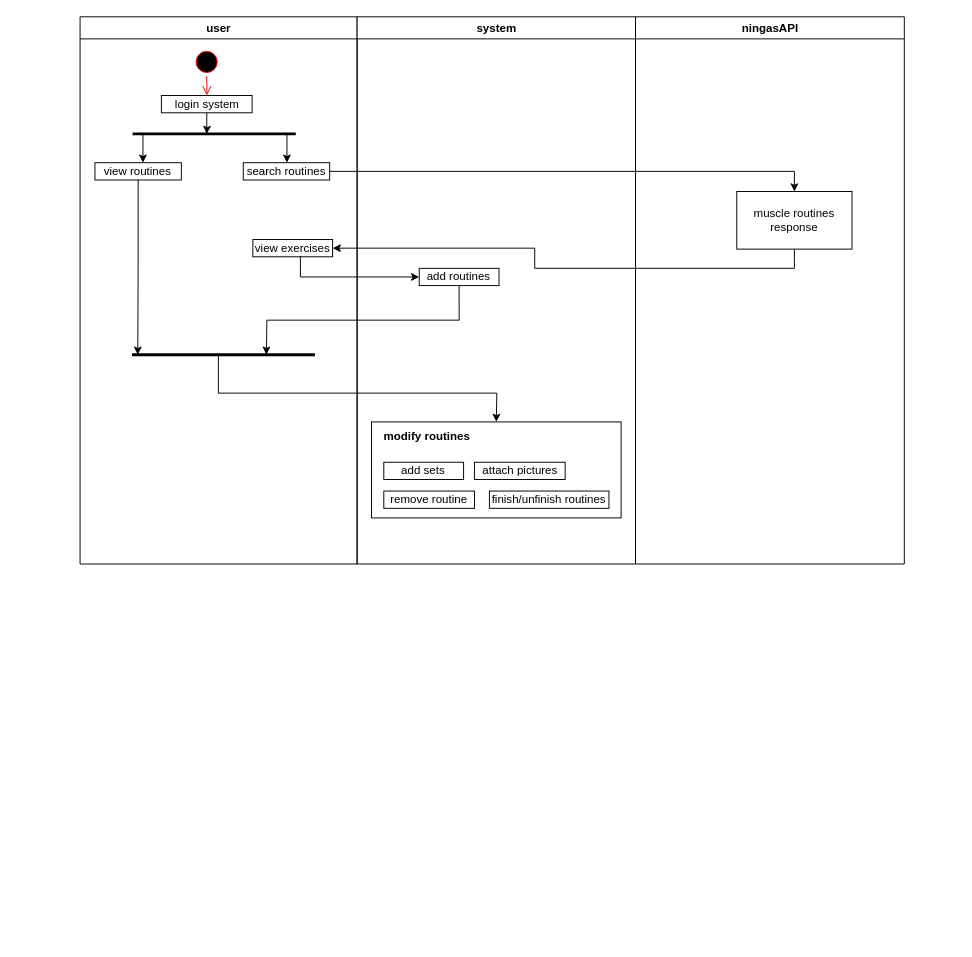
Earlier version of the draw.io diagram public/docs/activity diagram.drawio (Ebrahim-Ramadan/myfitrainer-app). Source tidied: cells renumbered, new cells numbered last; positions are measured from the earlier drawing's top-left corner, leaving out a move shared by most shapes. Both pictures are drawn from the tidied source at 96%, with x=0, y=0 at pixel (80, 16).
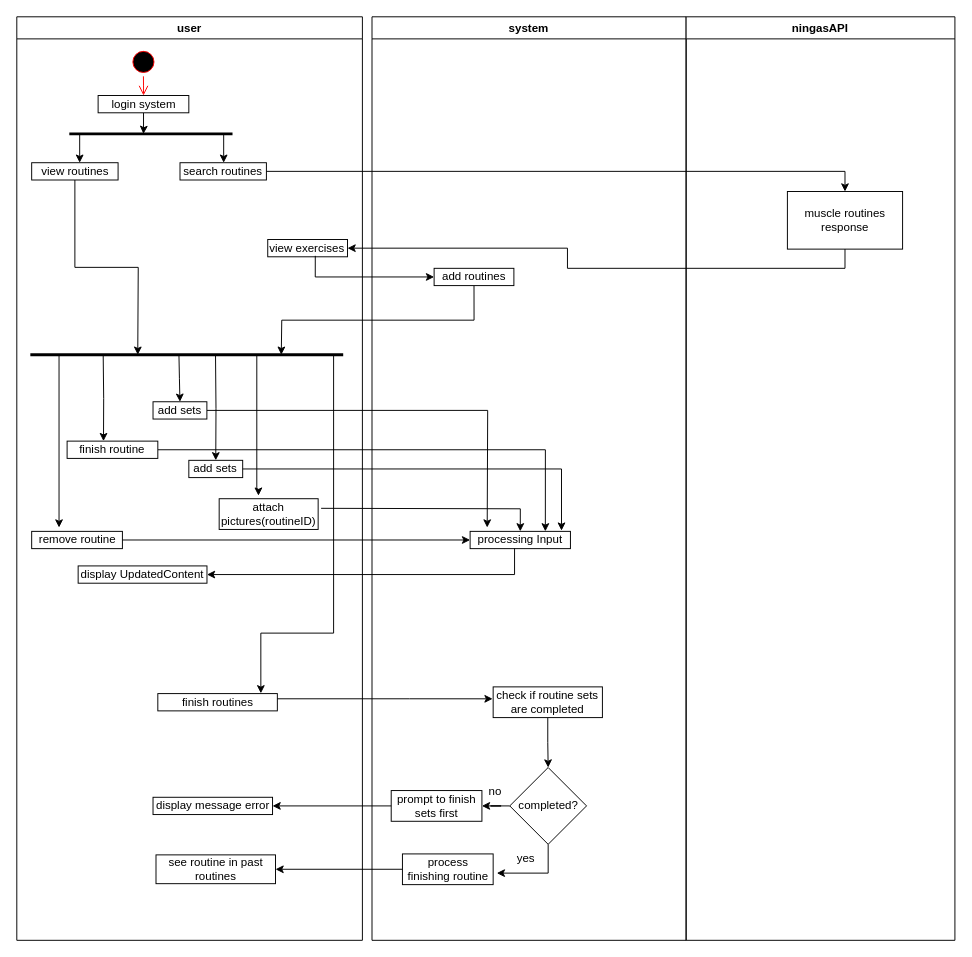
The same diagram, later.

Change to the diagram source:
```diff
@@
     <mxCell id="2" value="user" style="swimlane;whiteSpace=wrap;" parent="1" vertex="1">
-      <mxGeometry x="-0.1" width="288.6" height="570" as="geometry" />
+      <mxGeometry x="-66" width="360" height="962" as="geometry" />
     </mxCell>
@@
     <mxCell id="12" style="endArrow=none;html=1;rounded=0;strokeWidth=3;" parent="2" edge="1">
       <mxGeometry relative="1" as="geometry">
-        <mxPoint x="54.1" y="352" as="sourcePoint" />
-        <mxPoint x="244.7" y="352" as="targetPoint" />
+        <mxPoint x="14.1" y="352" as="sourcePoint" />
+        <mxPoint x="340" y="352" as="targetPoint" />
       </mxGeometry>
     </mxCell>
+    <mxCell id="20" value="add sets" style="rounded=0;whiteSpace=wrap;html=1;" parent="2" vertex="1">
+      <mxGeometry x="179.2" y="462" width="56.1" height="18" as="geometry" />
+    </mxCell>
+    <mxCell id="21" value="attach pictures(routineID)" style="rounded=0;whiteSpace=wrap;html=1;" parent="2" vertex="1">
+      <mxGeometry x="210.8" y="502" width="103.1" height="32" as="geometry" />
+    </mxCell>
+    <mxCell id="22" value="finish routines" style="rounded=0;whiteSpace=wrap;html=1;" parent="2" vertex="1">
+      <mxGeometry x="146.9" y="705" width="124.5" height="18" as="geometry" />
+    </mxCell>
+    <mxCell id="31" value="display UpdatedContent" style="rounded=0;whiteSpace=wrap;html=1;" parent="2" vertex="1">
+      <mxGeometry x="63.9" y="572" width="134.2" height="18" as="geometry" />
+    </mxCell>
+    <mxCell id="32" style="edgeStyle=orthogonalEdgeStyle;rounded=0;jettySize=auto;html=1;entryX=0.397;entryY=-0.099;entryDx=0;entryDy=0;entryPerimeter=0;" parent="2" edge="1" target="21">
+      <mxGeometry relative="1" as="geometry">
+        <mxPoint x="250" y="352" as="sourcePoint" />
+        <Array as="points">
+          <mxPoint x="250" y="492" />
+          <mxPoint x="252" y="492" />
+        </Array>
+      </mxGeometry>
+    </mxCell>
+    <mxCell id="33" style="edgeStyle=orthogonalEdgeStyle;rounded=0;jettySize=auto;html=1;" parent="2" edge="1" source="34">
+      <mxGeometry relative="1" as="geometry">
+        <mxPoint x="490" y="532" as="targetPoint" />
+      </mxGeometry>
+    </mxCell>
+    <mxCell id="34" value="add sets" style="rounded=0;whiteSpace=wrap;html=1;" parent="2" vertex="1">
+      <mxGeometry x="141.9" y="401" width="56.1" height="18" as="geometry" />
+    </mxCell>
+    <mxCell id="35" style="edgeStyle=orthogonalEdgeStyle;rounded=0;jettySize=auto;html=1;entryX=0.5;entryY=0;entryDx=0;entryDy=0;" parent="2" edge="1" target="34">
+      <mxGeometry relative="1" as="geometry">
+        <mxPoint x="168.9" y="352" as="sourcePoint" />
+      </mxGeometry>
+    </mxCell>
+    <mxCell id="23" value="remove routine" style="rounded=0;whiteSpace=wrap;html=1;" parent="2" vertex="1">
+      <mxGeometry x="15.5" y="536" width="94.5" height="18" as="geometry" />
+    </mxCell>
+    <mxCell id="36" value="processing Input" style="rounded=0;whiteSpace=wrap;html=1;" parent="2" vertex="1">
+      <mxGeometry x="472.2" y="536" width="104.5" height="18" as="geometry" />
+    </mxCell>
+    <mxCell id="37" style="edgeStyle=orthogonalEdgeStyle;rounded=0;jettySize=auto;html=1;entryX=0.911;entryY=-0.042;entryDx=0;entryDy=0;entryPerimeter=0;" parent="2" edge="1" source="20" target="36">
+      <mxGeometry relative="1" as="geometry" />
+    </mxCell>
+    <mxCell id="38" style="edgeStyle=orthogonalEdgeStyle;rounded=0;jettySize=auto;html=1;entryX=0.5;entryY=0;entryDx=0;entryDy=0;" parent="2" edge="1" target="36">
+      <mxGeometry relative="1" as="geometry">
+        <mxPoint x="317" y="512" as="sourcePoint" />
+      </mxGeometry>
+    </mxCell>
+    <mxCell id="39" style="edgeStyle=orthogonalEdgeStyle;rounded=0;jettySize=auto;html=1;entryX=0;entryY=0.5;entryDx=0;entryDy=0;" parent="2" edge="1" source="23" target="36">
+      <mxGeometry relative="1" as="geometry" />
+    </mxCell>
+    <mxCell id="40" style="edgeStyle=orthogonalEdgeStyle;rounded=0;jettySize=auto;html=1;entryX=1;entryY=0.5;entryDx=0;entryDy=0;exitX=0.443;exitY=0.977;exitDx=0;exitDy=0;exitPerimeter=0;" parent="2" edge="1" source="36" target="31">
+      <mxGeometry relative="1" as="geometry" />
+    </mxCell>
+    <mxCell id="41" style="edgeStyle=orthogonalEdgeStyle;rounded=0;orthogonalLoop=1;jettySize=auto;html=1;" parent="2" edge="1">
+      <mxGeometry relative="1" as="geometry">
+        <mxPoint x="44" y="352" as="sourcePoint" />
+        <mxPoint x="44" y="532" as="targetPoint" />
+      </mxGeometry>
+    </mxCell>
+    <mxCell id="42" style="edgeStyle=orthogonalEdgeStyle;rounded=0;jettySize=auto;html=1;entryX=0.75;entryY=0;entryDx=0;entryDy=0;" parent="2" edge="1" source="43" target="36">
+      <mxGeometry relative="1" as="geometry" />
+    </mxCell>
+    <mxCell id="43" value="finish routine" style="rounded=0;whiteSpace=wrap;html=1;" parent="2" vertex="1">
+      <mxGeometry x="52.4" y="442" width="94.5" height="18" as="geometry" />
+    </mxCell>
+    <mxCell id="44" style="edgeStyle=orthogonalEdgeStyle;rounded=0;orthogonalLoop=1;jettySize=auto;html=1;entryX=0.5;entryY=0;entryDx=0;entryDy=0;" parent="2" edge="1">
+      <mxGeometry relative="1" as="geometry">
+        <mxPoint x="90" y="352" as="sourcePoint" />
+        <mxPoint x="90.3" y="442" as="targetPoint" />
+      </mxGeometry>
+    </mxCell>
+    <mxCell id="45" value="display message error" style="rounded=0;whiteSpace=wrap;html=1;" parent="2" vertex="1">
+      <mxGeometry x="141.9" y="813" width="124.5" height="18" as="geometry" />
+    </mxCell>
+    <mxCell id="46" value="see routine in past routines" style="rounded=0;whiteSpace=wrap;html=1;" parent="2" vertex="1">
+      <mxGeometry x="145" y="873" width="124.5" height="30" as="geometry" />
+    </mxCell>
     <mxCell id="13" value="system" style="swimlane;whiteSpace=wrap;" parent="1" vertex="1">
-      <mxGeometry x="288.5" width="290" height="570" as="geometry" />
+      <mxGeometry x="304" width="327.2" height="962" as="geometry" />
     </mxCell>
@@
-    <mxCell id="18" style="group;" parent="13" vertex="1">
-      <mxGeometry x="15" y="422" width="260" height="100" as="geometry" />
-    </mxCell>
-    <mxCell id="19" style="rounded=0;whiteSpace=wrap;html=1;" parent="18" vertex="1">
-      <mxGeometry width="260" height="100" as="geometry" />
-    </mxCell>
-    <mxCell id="20" value="add sets" style="rounded=0;whiteSpace=wrap;html=1;" parent="18" vertex="1">
-      <mxGeometry x="12.8" y="42" width="83.1" height="18" as="geometry" />
-    </mxCell>
-    <mxCell id="21" value="attach pictures" style="rounded=0;whiteSpace=wrap;html=1;" parent="18" vertex="1">
-      <mxGeometry x="107.2" y="42" width="94.5" height="18" as="geometry" />
-    </mxCell>
-    <mxCell id="22" value="finish/unfinish routines" style="rounded=0;whiteSpace=wrap;html=1;" parent="18" vertex="1">
-      <mxGeometry x="122.8" y="72" width="124.5" height="18" as="geometry" />
-    </mxCell>
-    <mxCell id="23" value="remove routine" style="rounded=0;whiteSpace=wrap;html=1;" parent="18" vertex="1">
-      <mxGeometry x="12.8" y="72" width="94.5" height="18" as="geometry" />
-    </mxCell>
-    <mxCell id="24" value="&lt;b&gt;modify routines&lt;/b&gt;" style="text;html=1;align=center;verticalAlign=middle;strokeColor=none;fillColor=none;" parent="18" vertex="1">
-      <mxGeometry x="2.2" width="110" height="30" as="geometry" />
-    </mxCell>
-    <mxCell id="25" style="endArrow=classic;html=1;rounded=0;entryX=0.5;entryY=0;entryDx=0;entryDy=0;" parent="13" edge="1" target="19">
-      <mxGeometry relative="1" as="geometry">
-        <mxPoint x="-144.5" y="352" as="sourcePoint" />
-        <Array as="points">
-          <mxPoint x="-144.5" y="392" />
-          <mxPoint x="145.5" y="392" />
-        </Array>
-      </mxGeometry>
-    </mxCell>
+    <mxCell id="47" style="edgeStyle=orthogonalEdgeStyle;rounded=0;jettySize=auto;html=1;entryX=0.5;entryY=0;entryDx=0;entryDy=0;" parent="13" edge="1" source="48" target="51">
+      <mxGeometry relative="1" as="geometry" />
+    </mxCell>
+    <mxCell id="48" value="check if routine sets are completed" style="rounded=0;whiteSpace=wrap;html=1;" parent="13" vertex="1">
+      <mxGeometry x="126.2" y="698" width="113.8" height="32" as="geometry" />
+    </mxCell>
+    <mxCell id="49" style="edgeStyle=orthogonalEdgeStyle;rounded=0;jettySize=auto;html=1;" parent="13" edge="1" source="51">
+      <mxGeometry relative="1" as="geometry">
+        <mxPoint x="130" y="892" as="targetPoint" />
+        <Array as="points">
+          <mxPoint x="184" y="892" />
+        </Array>
+      </mxGeometry>
+    </mxCell>
+    <mxCell id="50" style="edgeStyle=orthogonalEdgeStyle;rounded=0;jettySize=auto;html=1;entryX=1;entryY=0.5;entryDx=0;entryDy=0;" parent="13" edge="1" source="51" target="54">
+      <mxGeometry relative="1" as="geometry" />
+    </mxCell>
+    <mxCell id="51" value="completed?" style="rhombus;whiteSpace=wrap;html=1;" parent="13" vertex="1">
+      <mxGeometry x="143.5" y="782" width="80" height="80" as="geometry" />
+    </mxCell>
+    <mxCell id="52" value="process&lt;br&gt;finishing routine" style="rounded=0;whiteSpace=wrap;html=1;" parent="13" vertex="1">
+      <mxGeometry x="31.7" y="872" width="94.5" height="32" as="geometry" />
+    </mxCell>
+    <mxCell id="53" value="yes" style="text;html=1;align=center;verticalAlign=middle;strokeColor=none;fillColor=none;" parent="13" vertex="1">
+      <mxGeometry x="140" y="862" width="40" height="30" as="geometry" />
+    </mxCell>
+    <mxCell id="54" value="prompt to finish sets first" style="rounded=0;whiteSpace=wrap;html=1;" parent="13" vertex="1">
+      <mxGeometry x="20" y="806" width="94.5" height="32" as="geometry" />
+    </mxCell>
+    <mxCell id="55" value="no" style="text;html=1;align=center;verticalAlign=middle;strokeColor=none;fillColor=none;" parent="13" vertex="1">
+      <mxGeometry x="107.8" y="792" width="40" height="30" as="geometry" />
+    </mxCell>
     <mxCell id="26" value="ningasAPI" style="swimlane;whiteSpace=wrap;" parent="1" vertex="1">
-      <mxGeometry x="578.5" width="280" height="570" as="geometry" />
+      <mxGeometry x="631.2" width="280" height="962" as="geometry" />
     </mxCell>
@@
+    <mxCell id="56" style="edgeStyle=orthogonalEdgeStyle;rounded=0;jettySize=auto;html=1;entryX=0.5;entryY=0;entryDx=0;entryDy=0;" parent="1" edge="1" target="20">
+      <mxGeometry relative="1" as="geometry">
+        <mxPoint x="141" y="353" as="sourcePoint" />
+      </mxGeometry>
+    </mxCell>
+    <mxCell id="57" style="edgeStyle=orthogonalEdgeStyle;rounded=0;jettySize=auto;html=1;entryX=0.862;entryY=-0.015;entryDx=0;entryDy=0;entryPerimeter=0;" parent="1" edge="1" target="22">
+      <mxGeometry relative="1" as="geometry">
+        <mxPoint x="194" y="352" as="sourcePoint" />
+        <Array as="points">
+          <mxPoint x="264" y="352" />
+          <mxPoint x="264" y="642" />
+          <mxPoint x="188" y="642" />
+        </Array>
+      </mxGeometry>
+    </mxCell>
+    <mxCell id="58" style="edgeStyle=orthogonalEdgeStyle;rounded=0;jettySize=auto;html=1;entryX=-0.005;entryY=0.389;entryDx=0;entryDy=0;entryPerimeter=0;" parent="1" edge="1" source="22" target="48">
+      <mxGeometry relative="1" as="geometry">
+        <Array as="points">
+          <mxPoint x="343" y="710" />
+        </Array>
+      </mxGeometry>
+    </mxCell>
+    <mxCell id="59" style="edgeStyle=orthogonalEdgeStyle;rounded=0;jettySize=auto;html=1;" parent="1" edge="1" source="54" target="45">
+      <mxGeometry relative="1" as="geometry" />
+    </mxCell>
+    <mxCell id="60" style="edgeStyle=orthogonalEdgeStyle;rounded=0;jettySize=auto;html=1;entryX=1;entryY=0.5;entryDx=0;entryDy=0;" parent="1" edge="1" source="52" target="46">
+      <mxGeometry relative="1" as="geometry" />
+    </mxCell>
```
